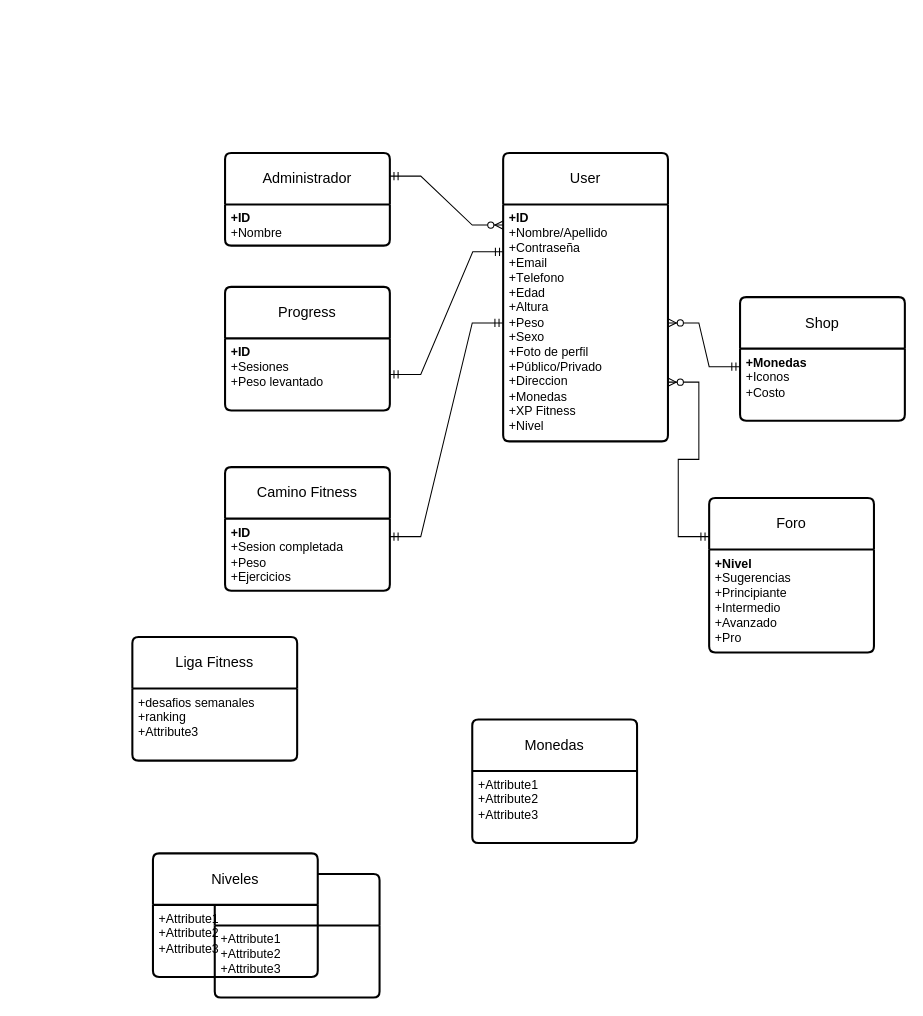
The draw.io diagram TrainX.drawio in DescalzoF/TrainX, before the edit. Source tidied: cells renumbered, new cells numbered last; positions are measured from the earlier drawing's top-left corner, leaving out a move shared by most shapes. Both pictures are drawn from the tidied source at 103%, with x=0, y=0 at pixel (132, 152).
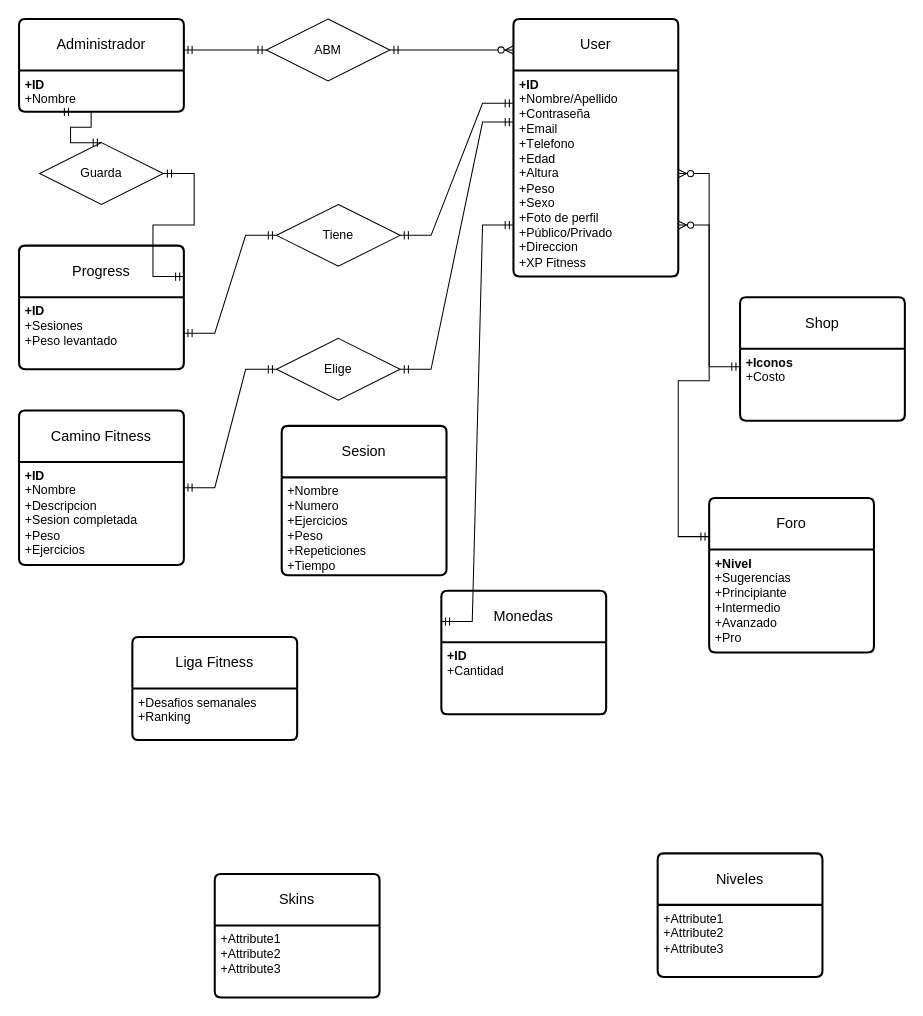
The same diagram, later.

Unchanged cells that the change refers to:
```xml
<mxCell id="3" value="&lt;b&gt;+ID&lt;/b&gt;&lt;div&gt;+Nombre&lt;/div&gt;" style="align=left;strokeColor=none;fillColor=none;spacingLeft=4;spacingRight=4;fontSize=12;verticalAlign=top;html=1;whiteSpace=wrap;" parent="2" vertex="1">
  <mxGeometry y="50" width="160" height="40" as="geometry" />
</mxCell>
<mxCell id="11" value="&lt;b&gt;+ID&lt;/b&gt;&lt;br&gt;+Sesiones&lt;br&gt;+Peso levantado" style="align=left;strokeColor=none;fillColor=none;spacingLeft=4;spacingRight=4;fontSize=12;verticalAlign=top;html=1;whiteSpace=wrap;" parent="10" vertex="1">
  <mxGeometry y="50" width="160" height="70" as="geometry" />
</mxCell>
<mxCell id="14" value="Shop" style="swimlane;horizontal=1;startSize=50;rounded=1;fontSize=14;fontStyle=0;strokeWidth=2;shadow=0;dashed=0;align=center;arcSize=4;whiteSpace=wrap;html=1;" parent="1" vertex="1">
  <mxGeometry x="590" y="140" width="160" height="120" as="geometry" />
</mxCell>
```

The edit, as a diff of the source:
```diff
@@
+    <mxCell id="30" style="edgeStyle=orthogonalEdgeStyle;rounded=0;jettySize=auto;html=1;exitX=0.75;exitY=0;exitDx=0;exitDy=0;" parent="1" edge="1" source="18" target="17">
+      <mxGeometry relative="1" as="geometry" />
+    </mxCell>
     <mxCell id="2" value="Administrador" style="swimlane;horizontal=1;startSize=50;rounded=1;fontSize=14;fontStyle=0;strokeWidth=2;shadow=0;dashed=0;align=center;arcSize=4;whiteSpace=wrap;html=1;" parent="1" vertex="1">
-      <mxGeometry x="90" width="160" height="90" as="geometry" />
+      <mxGeometry x="-110" y="-130" width="160" height="90" as="geometry" />
     </mxCell>
@@
     <mxCell id="5" value="User" style="swimlane;horizontal=1;startSize=50;rounded=1;fontSize=14;fontStyle=0;strokeWidth=2;shadow=0;dashed=0;align=center;arcSize=4;whiteSpace=wrap;html=1;" parent="1" vertex="1">
-      <mxGeometry x="360" width="160" height="280" as="geometry" />
+      <mxGeometry x="370" y="-130" width="160" height="250" as="geometry" />
     </mxCell>
-    <mxCell id="6" value="&lt;div&gt;&lt;span style=&quot;font-family: Arial, sans-serif; white-space-collapse: preserve;&quot;&gt;&lt;b style=&quot;&quot;&gt;&lt;font&gt;+ID&lt;/font&gt;&lt;/b&gt;&lt;/span&gt;&lt;/div&gt;&lt;font&gt;+&lt;span id=&quot;docs-internal-guid-080f4050-7fff-7165-0a26-d0c95ce411ea&quot;&gt;&lt;span style=&quot;background-color: transparent; white-space-collapse: preserve; font-family: Arial, sans-serif; color: light-dark(rgb(0, 0, 0), rgb(255, 255, 255));&quot;&gt;&lt;font style=&quot;&quot;&gt;Nombre/Apellido&lt;/font&gt;&lt;/span&gt;&lt;/span&gt;&lt;/font&gt;&lt;div&gt;&lt;div&gt;&lt;font&gt;&lt;span&gt;&lt;span style=&quot;background-color: transparent; white-space-collapse: preserve; font-family: Arial, sans-serif; color: light-dark(rgb(0, 0, 0), rgb(255, 255, 255));&quot;&gt;+Contraseña&lt;/span&gt;&lt;/span&gt;&lt;/font&gt;&lt;/div&gt;&lt;div&gt;&lt;font&gt;&lt;span style=&quot;background-color: transparent; white-space-collapse: preserve; font-family: Arial, sans-serif; color: light-dark(rgb(0, 0, 0), rgb(255, 255, 255));&quot;&gt;+Email&lt;/span&gt;&lt;/font&gt;&lt;/div&gt;&lt;div&gt;&lt;font&gt;&lt;span style=&quot;background-color: transparent; color: light-dark(rgb(0, 0, 0), rgb(255, 255, 255));&quot;&gt;+T&lt;/span&gt;&lt;span style=&quot;background-color: transparent; white-space-collapse: preserve; font-family: Arial, sans-serif; color: light-dark(rgb(0, 0, 0), rgb(255, 255, 255));&quot;&gt;elefono&lt;/span&gt;&lt;/font&gt;&lt;/div&gt;&lt;div&gt;&lt;font&gt;&lt;span style=&quot;background-color: transparent; white-space-collapse: preserve; font-family: Arial, sans-serif; color: light-dark(rgb(0, 0, 0), rgb(255, 255, 255));&quot;&gt;+Edad&lt;/span&gt;&lt;/font&gt;&lt;/div&gt;&lt;div&gt;&lt;font&gt;&lt;span style=&quot;background-color: transparent; white-space-collapse: preserve; font-family: Arial, sans-serif; color: light-dark(rgb(0, 0, 0), rgb(255, 255, 255));&quot;&gt;+Altura&lt;/span&gt;&lt;/font&gt;&lt;/div&gt;&lt;div&gt;&lt;font&gt;&lt;span style=&quot;background-color: transparent; white-space-collapse: preserve; font-family: Arial, sans-serif; color: light-dark(rgb(0, 0, 0), rgb(255, 255, 255));&quot;&gt;+Peso&lt;/span&gt;&lt;/font&gt;&lt;/div&gt;&lt;div&gt;&lt;font&gt;&lt;span style=&quot;background-color: transparent; white-space-collapse: preserve; font-family: Arial, sans-serif; color: light-dark(rgb(0, 0, 0), rgb(255, 255, 255));&quot;&gt;+Sexo&lt;/span&gt;&lt;/font&gt;&lt;/div&gt;&lt;div&gt;&lt;font&gt;&lt;span style=&quot;background-color: transparent; white-space-collapse: preserve; font-family: Arial, sans-serif; color: light-dark(rgb(0, 0, 0), rgb(255, 255, 255));&quot;&gt;+Foto de perfil&lt;/span&gt;&lt;/font&gt;&lt;/div&gt;&lt;div&gt;&lt;font&gt;&lt;span style=&quot;background-color: transparent; white-space-collapse: preserve; font-family: Arial, sans-serif; color: light-dark(rgb(0, 0, 0), rgb(255, 255, 255));&quot;&gt;+Público/Privado&lt;/span&gt;&lt;/font&gt;&lt;/div&gt;&lt;div&gt;&lt;font&gt;&lt;span style=&quot;background-color: transparent; white-space-collapse: preserve; font-family: Arial, sans-serif; color: light-dark(rgb(0, 0, 0), rgb(255, 255, 255));&quot;&gt;+Direccion&lt;/span&gt;&lt;br&gt;&lt;/font&gt;&lt;/div&gt;&lt;/div&gt;&lt;div&gt;&lt;font&gt;&lt;span style=&quot;background-color: transparent; white-space-collapse: preserve; font-family: Arial, sans-serif; color: light-dark(rgb(0, 0, 0), rgb(255, 255, 255));&quot;&gt;+Monedas&lt;/span&gt;&lt;/font&gt;&lt;/div&gt;&lt;div&gt;&lt;font&gt;&lt;span style=&quot;background-color: transparent; white-space-collapse: preserve; font-family: Arial, sans-serif; color: light-dark(rgb(0, 0, 0), rgb(255, 255, 255));&quot;&gt;+XP Fitness&lt;/span&gt;&lt;/font&gt;&lt;/div&gt;&lt;div&gt;&lt;font&gt;&lt;span style=&quot;background-color: transparent; white-space-collapse: preserve; font-family: Arial, sans-serif; color: light-dark(rgb(0, 0, 0), rgb(255, 255, 255));&quot;&gt;+Nivel&lt;/span&gt;&lt;/font&gt;&lt;/div&gt;" style="align=left;strokeColor=none;fillColor=none;spacingLeft=4;spacingRight=4;fontSize=12;verticalAlign=top;html=1;whiteSpace=wrap;" parent="5" vertex="1">
-      <mxGeometry y="50" width="160" height="230" as="geometry" />
+    <mxCell id="6" value="&lt;div&gt;&lt;span style=&quot;font-family: Arial, sans-serif; white-space-collapse: preserve;&quot;&gt;&lt;b style=&quot;&quot;&gt;&lt;font&gt;+ID&lt;/font&gt;&lt;/b&gt;&lt;/span&gt;&lt;/div&gt;&lt;font&gt;+&lt;span id=&quot;docs-internal-guid-080f4050-7fff-7165-0a26-d0c95ce411ea&quot;&gt;&lt;span style=&quot;background-color: transparent; white-space-collapse: preserve; font-family: Arial, sans-serif; color: light-dark(rgb(0, 0, 0), rgb(255, 255, 255));&quot;&gt;&lt;font style=&quot;&quot;&gt;Nombre/Apellido&lt;/font&gt;&lt;/span&gt;&lt;/span&gt;&lt;/font&gt;&lt;div&gt;&lt;div&gt;&lt;font&gt;&lt;span&gt;&lt;span style=&quot;background-color: transparent; white-space-collapse: preserve; font-family: Arial, sans-serif; color: light-dark(rgb(0, 0, 0), rgb(255, 255, 255));&quot;&gt;+Contraseña&lt;/span&gt;&lt;/span&gt;&lt;/font&gt;&lt;/div&gt;&lt;div&gt;&lt;font&gt;&lt;span style=&quot;background-color: transparent; white-space-collapse: preserve; font-family: Arial, sans-serif; color: light-dark(rgb(0, 0, 0), rgb(255, 255, 255));&quot;&gt;+Email&lt;/span&gt;&lt;/font&gt;&lt;/div&gt;&lt;div&gt;&lt;font&gt;&lt;span style=&quot;background-color: transparent; color: light-dark(rgb(0, 0, 0), rgb(255, 255, 255));&quot;&gt;+T&lt;/span&gt;&lt;span style=&quot;background-color: transparent; white-space-collapse: preserve; font-family: Arial, sans-serif; color: light-dark(rgb(0, 0, 0), rgb(255, 255, 255));&quot;&gt;elefono&lt;/span&gt;&lt;/font&gt;&lt;/div&gt;&lt;div&gt;&lt;font&gt;&lt;span style=&quot;background-color: transparent; white-space-collapse: preserve; font-family: Arial, sans-serif; color: light-dark(rgb(0, 0, 0), rgb(255, 255, 255));&quot;&gt;+Edad&lt;/span&gt;&lt;/font&gt;&lt;/div&gt;&lt;div&gt;&lt;font&gt;&lt;span style=&quot;background-color: transparent; white-space-collapse: preserve; font-family: Arial, sans-serif; color: light-dark(rgb(0, 0, 0), rgb(255, 255, 255));&quot;&gt;+Altura&lt;/span&gt;&lt;/font&gt;&lt;/div&gt;&lt;div&gt;&lt;font&gt;&lt;span style=&quot;background-color: transparent; white-space-collapse: preserve; font-family: Arial, sans-serif; color: light-dark(rgb(0, 0, 0), rgb(255, 255, 255));&quot;&gt;+Peso&lt;/span&gt;&lt;/font&gt;&lt;/div&gt;&lt;div&gt;&lt;font&gt;&lt;span style=&quot;background-color: transparent; white-space-collapse: preserve; font-family: Arial, sans-serif; color: light-dark(rgb(0, 0, 0), rgb(255, 255, 255));&quot;&gt;+Sexo&lt;/span&gt;&lt;/font&gt;&lt;/div&gt;&lt;div&gt;&lt;font&gt;&lt;span style=&quot;background-color: transparent; white-space-collapse: preserve; font-family: Arial, sans-serif; color: light-dark(rgb(0, 0, 0), rgb(255, 255, 255));&quot;&gt;+Foto de perfil&lt;/span&gt;&lt;/font&gt;&lt;/div&gt;&lt;div&gt;&lt;font&gt;&lt;span style=&quot;background-color: transparent; white-space-collapse: preserve; font-family: Arial, sans-serif; color: light-dark(rgb(0, 0, 0), rgb(255, 255, 255));&quot;&gt;+Público/Privado&lt;/span&gt;&lt;/font&gt;&lt;/div&gt;&lt;div&gt;&lt;font&gt;&lt;span style=&quot;background-color: transparent; white-space-collapse: preserve; font-family: Arial, sans-serif; color: light-dark(rgb(0, 0, 0), rgb(255, 255, 255));&quot;&gt;+Direccion&lt;/span&gt;&lt;/font&gt;&lt;/div&gt;&lt;/div&gt;&lt;div&gt;&lt;font&gt;&lt;span style=&quot;background-color: transparent; white-space-collapse: preserve; font-family: Arial, sans-serif; color: light-dark(rgb(0, 0, 0), rgb(255, 255, 255));&quot;&gt;+XP Fitness&lt;/span&gt;&lt;/font&gt;&lt;/div&gt;" style="align=left;strokeColor=none;fillColor=none;spacingLeft=4;spacingRight=4;fontSize=12;verticalAlign=top;html=1;whiteSpace=wrap;" parent="5" vertex="1">
+      <mxGeometry y="50" width="160" height="200" as="geometry" />
     </mxCell>
@@
-    <mxCell id="9" style="edgeStyle=entityRelationEdgeStyle;fontSize=12;html=1;endArrow=ERzeroToMany;startArrow=ERmandOne;rounded=0;exitX=1;exitY=0.25;exitDx=0;exitDy=0;entryX=0;entryY=0.25;entryDx=0;entryDy=0;" parent="1" edge="1" source="2" target="5">
-      <mxGeometry relative="1" as="geometry" />
+    <mxCell id="9" style="edgeStyle=entityRelationEdgeStyle;fontSize=12;html=1;endArrow=ERzeroToMany;startArrow=ERmandOne;rounded=0;" parent="1" edge="1" source="32">
+      <mxGeometry relative="1" as="geometry">
+        <mxPoint x="370" y="-100" as="targetPoint" />
+      </mxGeometry>
     </mxCell>
     <mxCell id="10" value="Progress" style="swimlane;horizontal=1;startSize=50;rounded=1;fontSize=14;fontStyle=0;strokeWidth=2;shadow=0;dashed=0;align=center;arcSize=4;whiteSpace=wrap;html=1;" parent="1" vertex="1">
-      <mxGeometry x="90" y="130" width="160" height="120" as="geometry" />
+      <mxGeometry x="-110" y="90" width="160" height="120" as="geometry" />
     </mxCell>
@@
-    <mxCell id="15" value="&lt;div&gt;&lt;b&gt;+Monedas&lt;/b&gt;&lt;/div&gt;+Iconos&lt;br&gt;+Costo" style="align=left;strokeColor=none;fillColor=none;spacingLeft=4;spacingRight=4;fontSize=12;verticalAlign=top;html=1;whiteSpace=wrap;" parent="14" vertex="1">
+    <mxCell id="15" value="&lt;div&gt;&lt;span style=&quot;background-color: transparent; color: light-dark(rgb(0, 0, 0), rgb(255, 255, 255));&quot;&gt;&lt;b&gt;+Iconos&lt;/b&gt;&lt;/span&gt;&lt;/div&gt;+Costo" style="align=left;strokeColor=none;fillColor=none;spacingLeft=4;spacingRight=4;fontSize=12;verticalAlign=top;html=1;whiteSpace=wrap;" parent="14" vertex="1">
       <mxGeometry y="50" width="160" height="70" as="geometry" />
     </mxCell>
-    <mxCell id="16" style="edgeStyle=entityRelationEdgeStyle;fontSize=12;html=1;endArrow=ERmandOne;startArrow=ERmandOne;rounded=0;exitX=1;exitY=0.5;exitDx=0;exitDy=0;entryX=0.003;entryY=0.2;entryDx=0;entryDy=0;entryPerimeter=0;" parent="1" edge="1" source="11" target="6">
+    <mxCell id="16" style="edgeStyle=entityRelationEdgeStyle;fontSize=12;html=1;endArrow=ERmandOne;startArrow=ERmandOne;rounded=0;exitX=1;exitY=0.5;exitDx=0;exitDy=0;entryX=0;entryY=0.5;entryDx=0;entryDy=0;" parent="1" edge="1" source="11" target="34">
       <mxGeometry relative="1" as="geometry" />
     </mxCell>
     <mxCell id="17" value="Camino Fitness" style="swimlane;horizontal=1;startSize=50;rounded=1;fontSize=14;fontStyle=0;strokeWidth=2;shadow=0;dashed=0;align=center;arcSize=4;whiteSpace=wrap;html=1;" parent="1" vertex="1">
-      <mxGeometry x="90" y="305" width="160" height="120" as="geometry" />
+      <mxGeometry x="-110" y="250" width="160" height="150" as="geometry" />
     </mxCell>
-    <mxCell id="18" value="&lt;b&gt;+ID&lt;/b&gt;&lt;br&gt;+Sesion completada&lt;br&gt;+Peso&lt;div&gt;+Ejercicios&lt;/div&gt;" style="align=left;strokeColor=none;fillColor=none;spacingLeft=4;spacingRight=4;fontSize=12;verticalAlign=top;html=1;whiteSpace=wrap;" parent="17" vertex="1">
-      <mxGeometry y="50" width="160" height="70" as="geometry" />
+    <mxCell id="18" value="&lt;b&gt;+ID&lt;/b&gt;&lt;div&gt;+Nombre&lt;/div&gt;&lt;div&gt;+Descripcion&lt;br&gt;+Sesion completada&lt;br&gt;+Peso&lt;div&gt;+Ejercicios&lt;/div&gt;&lt;/div&gt;" style="align=left;strokeColor=none;fillColor=none;spacingLeft=4;spacingRight=4;fontSize=12;verticalAlign=top;html=1;whiteSpace=wrap;" parent="17" vertex="1">
+      <mxGeometry y="50" width="160" height="100" as="geometry" />
     </mxCell>
-    <mxCell id="19" style="edgeStyle=entityRelationEdgeStyle;fontSize=12;html=1;endArrow=ERmandOne;startArrow=ERmandOne;rounded=0;entryX=0;entryY=0.5;entryDx=0;entryDy=0;exitX=1;exitY=0.25;exitDx=0;exitDy=0;" parent="1" edge="1" source="18" target="6">
+    <mxCell id="19" style="edgeStyle=entityRelationEdgeStyle;fontSize=12;html=1;endArrow=ERmandOne;startArrow=ERmandOne;rounded=0;entryX=0;entryY=0.5;entryDx=0;entryDy=0;exitX=1;exitY=0.25;exitDx=0;exitDy=0;" parent="1" edge="1" source="18" target="39">
       <mxGeometry relative="1" as="geometry" />
     </mxCell>
@@
     <mxCell id="22" value="Liga Fitness" style="swimlane;horizontal=1;startSize=50;rounded=1;fontSize=14;fontStyle=0;strokeWidth=2;shadow=0;dashed=0;align=center;arcSize=4;whiteSpace=wrap;html=1;" parent="1" vertex="1">
-      <mxGeometry y="470" width="160" height="120" as="geometry" />
+      <mxGeometry y="470" width="160" height="100" as="geometry" />
     </mxCell>
-    <mxCell id="23" value="+desafios semanales&lt;br&gt;+ranking&lt;br&gt;+Attribute3" style="align=left;strokeColor=none;fillColor=none;spacingLeft=4;spacingRight=4;fontSize=12;verticalAlign=top;html=1;whiteSpace=wrap;" parent="22" vertex="1">
-      <mxGeometry y="50" width="160" height="70" as="geometry" />
+    <mxCell id="23" value="+Desafios semanales&lt;br&gt;+Ranking" style="align=left;strokeColor=none;fillColor=none;spacingLeft=4;spacingRight=4;fontSize=12;verticalAlign=top;html=1;whiteSpace=wrap;" parent="22" vertex="1">
+      <mxGeometry y="50" width="160" height="50" as="geometry" />
     </mxCell>
@@
     <mxCell id="26" value="Monedas" style="swimlane;horizontal=1;startSize=50;rounded=1;fontSize=14;fontStyle=0;strokeWidth=2;shadow=0;dashed=0;align=center;arcSize=4;whiteSpace=wrap;html=1;" parent="1" vertex="1">
-      <mxGeometry x="330" y="550" width="160" height="120" as="geometry" />
+      <mxGeometry x="300" y="425" width="160" height="120" as="geometry" />
     </mxCell>
-    <mxCell id="27" value="+Attribute1&#10;+Attribute2&#10;+Attribute3" style="align=left;strokeColor=none;fillColor=none;spacingLeft=4;spacingRight=4;fontSize=12;verticalAlign=top;html=1;whiteSpace=wrap;" parent="26" vertex="1">
+    <mxCell id="27" value="&lt;b&gt;+ID&lt;/b&gt;&lt;div&gt;+Cantidad&lt;/div&gt;" style="align=left;strokeColor=none;fillColor=none;spacingLeft=4;spacingRight=4;fontSize=12;verticalAlign=top;html=1;whiteSpace=wrap;" parent="26" vertex="1">
       <mxGeometry y="50" width="160" height="70" as="geometry" />
     </mxCell>
     <mxCell id="28" value="Niveles" style="swimlane;horizontal=1;startSize=50;rounded=1;fontSize=14;fontStyle=0;strokeWidth=2;shadow=0;dashed=0;align=center;arcSize=4;whiteSpace=wrap;html=1;" parent="1" vertex="1">
-      <mxGeometry x="20" y="680" width="160" height="120" as="geometry" />
+      <mxGeometry x="510" y="680" width="160" height="120" as="geometry" />
     </mxCell>
@@
+    <mxCell id="31" style="edgeStyle=entityRelationEdgeStyle;fontSize=12;html=1;endArrow=ERmandOne;startArrow=ERmandOne;rounded=0;entryX=0;entryY=0.75;entryDx=0;entryDy=0;exitX=0;exitY=0.25;exitDx=0;exitDy=0;" parent="1" edge="1" source="26" target="6">
+      <mxGeometry relative="1" as="geometry" />
+    </mxCell>
+    <mxCell id="32" value="ABM" style="shape=rhombus;perimeter=rhombusPerimeter;whiteSpace=wrap;html=1;align=center;" parent="1" vertex="1">
+      <mxGeometry x="130" y="-130" width="120" height="60" as="geometry" />
+    </mxCell>
+    <mxCell id="33" style="edgeStyle=entityRelationEdgeStyle;fontSize=12;html=1;endArrow=ERmandOne;startArrow=ERmandOne;rounded=0;entryX=0;entryY=0.5;entryDx=0;entryDy=0;" parent="1" edge="1" target="32">
+      <mxGeometry relative="1" as="geometry">
+        <mxPoint x="50" y="-100" as="sourcePoint" />
+      </mxGeometry>
+    </mxCell>
+    <mxCell id="34" value="Tiene" style="shape=rhombus;perimeter=rhombusPerimeter;whiteSpace=wrap;html=1;align=center;" parent="1" vertex="1">
+      <mxGeometry x="140" y="50" width="120" height="60" as="geometry" />
+    </mxCell>
+    <mxCell id="35" style="edgeStyle=entityRelationEdgeStyle;fontSize=12;html=1;endArrow=ERmandOne;startArrow=ERmandOne;rounded=0;entryX=0;entryY=0.159;entryDx=0;entryDy=0;exitX=1;exitY=0.5;exitDx=0;exitDy=0;entryPerimeter=0;" parent="1" edge="1" source="34" target="6">
+      <mxGeometry relative="1" as="geometry" />
+    </mxCell>
+    <mxCell id="36" value="Guarda" style="shape=rhombus;perimeter=rhombusPerimeter;whiteSpace=wrap;html=1;align=center;" parent="1" vertex="1">
+      <mxGeometry x="-90" y="-10" width="120" height="60" as="geometry" />
+    </mxCell>
+    <mxCell id="37" style="edgeStyle=entityRelationEdgeStyle;fontSize=12;html=1;endArrow=ERmandOne;startArrow=ERmandOne;rounded=0;entryX=0.25;entryY=1;entryDx=0;entryDy=0;exitX=0.5;exitY=0;exitDx=0;exitDy=0;" parent="1" edge="1" source="36" target="3">
+      <mxGeometry relative="1" as="geometry" />
+    </mxCell>
+    <mxCell id="38" style="edgeStyle=entityRelationEdgeStyle;fontSize=12;html=1;endArrow=ERmandOne;startArrow=ERmandOne;rounded=0;entryX=1;entryY=0.5;entryDx=0;entryDy=0;exitX=1;exitY=0.25;exitDx=0;exitDy=0;" parent="1" edge="1" source="10" target="36">
+      <mxGeometry relative="1" as="geometry" />
+    </mxCell>
+    <mxCell id="39" value="Elige" style="shape=rhombus;perimeter=rhombusPerimeter;whiteSpace=wrap;html=1;align=center;" parent="1" vertex="1">
+      <mxGeometry x="140" y="180" width="120" height="60" as="geometry" />
+    </mxCell>
+    <mxCell id="40" style="edgeStyle=entityRelationEdgeStyle;fontSize=12;html=1;endArrow=ERmandOne;startArrow=ERmandOne;rounded=0;entryX=0;entryY=0.25;entryDx=0;entryDy=0;exitX=1;exitY=0.5;exitDx=0;exitDy=0;" parent="1" edge="1" source="39" target="6">
+      <mxGeometry relative="1" as="geometry" />
+    </mxCell>
+    <mxCell id="41" value="Sesion" style="swimlane;horizontal=1;startSize=50;rounded=1;fontSize=14;fontStyle=0;strokeWidth=2;shadow=0;dashed=0;align=center;arcSize=4;whiteSpace=wrap;html=1;" parent="1" vertex="1">
+      <mxGeometry x="145" y="265" width="160" height="145" as="geometry" />
+    </mxCell>
+    <mxCell id="42" value="&lt;div&gt;+Nombre&lt;/div&gt;+Numero&lt;br&gt;+Ejercicios&lt;br&gt;+Peso&lt;div&gt;+Repeticiones&lt;/div&gt;&lt;div&gt;+Tiempo&lt;/div&gt;" style="align=left;strokeColor=none;fillColor=none;spacingLeft=4;spacingRight=4;fontSize=12;verticalAlign=top;html=1;whiteSpace=wrap;" parent="41" vertex="1">
+      <mxGeometry y="50" width="160" height="95" as="geometry" />
+    </mxCell>
```
